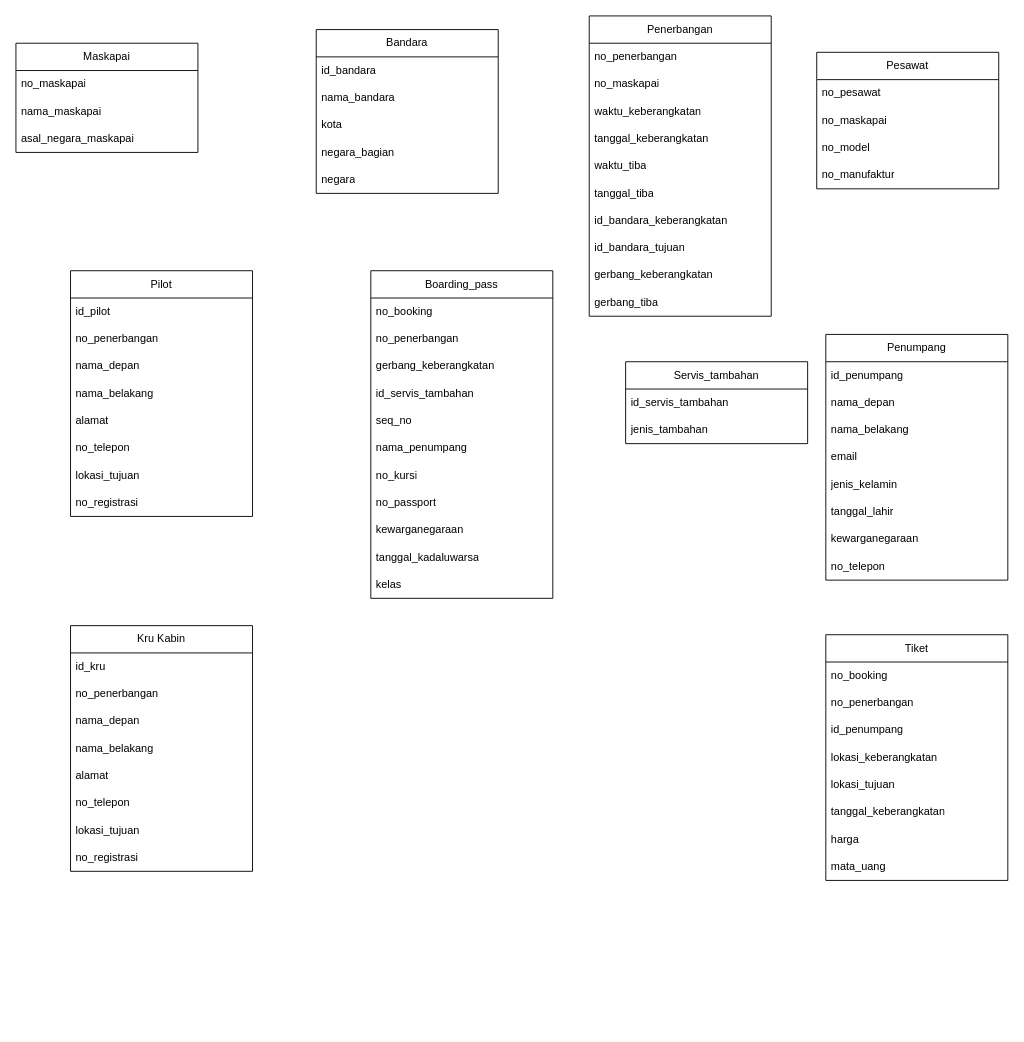
Earlier version of the draw.io diagram ER Diagram/ADD.drawio (Edwin-Jaya/Data-Design-Analytics-Project). Source tidied: cells renumbered, new cells numbered last; positions are measured from the earlier drawing's top-left corner, leaving out a move shared by most shapes. Both pictures are drawn from the tidied source at 91%, with x=0, y=0 at pixel (15, 15).
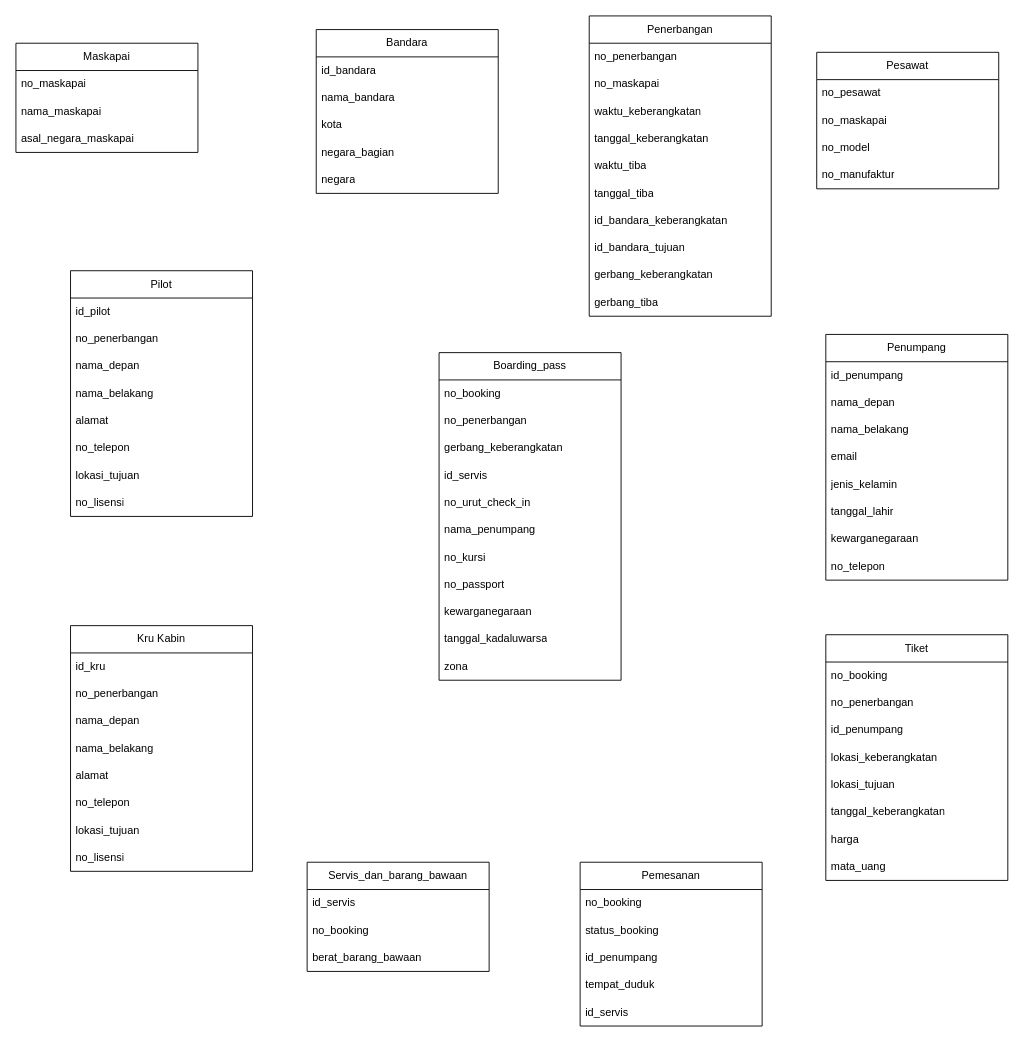
The same diagram, later.

Unchanged cells that the change refers to:
```xml
<mxCell id="47" value="Pilot" style="swimlane;fontStyle=0;horizontal=1;startSize=30;whiteSpace=wrap;html=1;" parent="1" vertex="1">
  <mxGeometry x="60" y="280" width="200" height="270" as="geometry" />
</mxCell>
<mxCell id="61" value="Kru Kabin" style="swimlane;fontStyle=0;horizontal=1;startSize=30;whiteSpace=wrap;html=1;" parent="1" vertex="1">
  <mxGeometry x="60" y="670" width="200" height="270" as="geometry" />
</mxCell>
```

Diff of the diagram source:
```diff
@@
     <mxCell id="35" value="Boarding_pass" style="swimlane;fontStyle=0;horizontal=1;startSize=30;whiteSpace=wrap;html=1;" parent="1" vertex="1">
-      <mxGeometry x="390" y="280" width="200" height="360" as="geometry" />
+      <mxGeometry x="465" y="370" width="200" height="360" as="geometry" />
     </mxCell>
@@
-    <mxCell id="39" value="id_servis_tambahan" style="text;strokeColor=none;fillColor=none;align=left;verticalAlign=middle;spacingLeft=4;spacingRight=4;overflow=hidden;whiteSpace=wrap;html=1;" parent="35" vertex="1">
+    <mxCell id="39" value="id_servis" style="text;strokeColor=none;fillColor=none;align=left;verticalAlign=middle;spacingLeft=4;spacingRight=4;overflow=hidden;whiteSpace=wrap;html=1;" parent="35" vertex="1">
       <mxGeometry y="120" width="200" height="30" as="geometry" />
     </mxCell>
-    <mxCell id="40" value="seq_no" style="text;strokeColor=none;fillColor=none;align=left;verticalAlign=middle;spacingLeft=4;spacingRight=4;overflow=hidden;whiteSpace=wrap;html=1;" parent="35" vertex="1">
+    <mxCell id="40" value="no_urut_check_in" style="text;strokeColor=none;fillColor=none;align=left;verticalAlign=middle;spacingLeft=4;spacingRight=4;overflow=hidden;whiteSpace=wrap;html=1;" parent="35" vertex="1">
       <mxGeometry y="150" width="200" height="30" as="geometry" />
     </mxCell>
@@
-    <mxCell id="46" value="kelas" style="text;strokeColor=none;fillColor=none;align=left;verticalAlign=middle;spacingLeft=4;spacingRight=4;overflow=hidden;whiteSpace=wrap;html=1;" parent="35" vertex="1">
+    <mxCell id="46" value="zona" style="text;strokeColor=none;fillColor=none;align=left;verticalAlign=middle;spacingLeft=4;spacingRight=4;overflow=hidden;whiteSpace=wrap;html=1;" parent="35" vertex="1">
       <mxGeometry y="330" width="200" height="30" as="geometry" />
     </mxCell>
@@
-    <mxCell id="55" value="no_registrasi" style="text;strokeColor=none;fillColor=none;align=left;verticalAlign=middle;spacingLeft=4;spacingRight=4;overflow=hidden;whiteSpace=wrap;html=1;" parent="47" vertex="1">
+    <mxCell id="55" value="no_lisensi" style="text;strokeColor=none;fillColor=none;align=left;verticalAlign=middle;spacingLeft=4;spacingRight=4;overflow=hidden;whiteSpace=wrap;html=1;" parent="47" vertex="1">
       <mxGeometry y="240" width="200" height="30" as="geometry" />
     </mxCell>
@@
-    <mxCell id="69" value="no_registrasi" style="text;strokeColor=none;fillColor=none;align=left;verticalAlign=middle;spacingLeft=4;spacingRight=4;overflow=hidden;whiteSpace=wrap;html=1;" parent="61" vertex="1">
+    <mxCell id="69" value="no_lisensi" style="text;strokeColor=none;fillColor=none;align=left;verticalAlign=middle;spacingLeft=4;spacingRight=4;overflow=hidden;whiteSpace=wrap;html=1;" parent="61" vertex="1">
       <mxGeometry y="240" width="200" height="30" as="geometry" />
     </mxCell>
@@
-    <mxCell id="76" value="Servis_tambahan" style="swimlane;fontStyle=0;horizontal=1;startSize=30;whiteSpace=wrap;html=1;" parent="1" vertex="1">
-      <mxGeometry x="670" y="380" width="200" height="90" as="geometry" />
+    <mxCell id="76" value="Servis_dan_barang_bawaan" style="swimlane;fontStyle=0;horizontal=1;startSize=30;whiteSpace=wrap;html=1;" parent="1" vertex="1">
+      <mxGeometry x="320" y="930" width="200" height="120" as="geometry" />
     </mxCell>
-    <mxCell id="77" value="id_servis_tambahan" style="text;strokeColor=none;fillColor=none;align=left;verticalAlign=middle;spacingLeft=4;spacingRight=4;overflow=hidden;whiteSpace=wrap;html=1;" parent="76" vertex="1">
+    <mxCell id="77" value="id_servis" style="text;strokeColor=none;fillColor=none;align=left;verticalAlign=middle;spacingLeft=4;spacingRight=4;overflow=hidden;whiteSpace=wrap;html=1;" parent="76" vertex="1">
       <mxGeometry y="30" width="200" height="30" as="geometry" />
     </mxCell>
+    <mxCell id="79" value="no_booking" style="text;strokeColor=none;fillColor=none;align=left;verticalAlign=middle;spacingLeft=4;spacingRight=4;overflow=hidden;whiteSpace=wrap;html=1;" parent="76" vertex="1">
+      <mxGeometry y="60" width="200" height="30" as="geometry" />
+    </mxCell>
-    <mxCell id="78" value="jenis_tambahan" style="text;strokeColor=none;fillColor=none;align=left;verticalAlign=middle;spacingLeft=4;spacingRight=4;overflow=hidden;whiteSpace=wrap;html=1;" parent="76" vertex="1">
-      <mxGeometry y="60" width="200" height="30" as="geometry" />
+    <mxCell id="78" value="berat_barang_bawaan" style="text;strokeColor=none;fillColor=none;align=left;verticalAlign=middle;spacingLeft=4;spacingRight=4;overflow=hidden;whiteSpace=wrap;html=1;" parent="76" vertex="1">
+      <mxGeometry y="90" width="200" height="30" as="geometry" />
     </mxCell>
+    <mxCell id="80" value="Pemesanan" style="swimlane;fontStyle=0;horizontal=1;startSize=30;whiteSpace=wrap;html=1;" parent="1" vertex="1">
+      <mxGeometry x="620" y="930" width="200" height="180" as="geometry" />
+    </mxCell>
+    <mxCell id="81" value="no_booking" style="text;strokeColor=none;fillColor=none;align=left;verticalAlign=middle;spacingLeft=4;spacingRight=4;overflow=hidden;whiteSpace=wrap;html=1;" parent="80" vertex="1">
+      <mxGeometry y="30" width="200" height="30" as="geometry" />
+    </mxCell>
+    <mxCell id="82" value="status_booking" style="text;strokeColor=none;fillColor=none;align=left;verticalAlign=middle;spacingLeft=4;spacingRight=4;overflow=hidden;whiteSpace=wrap;html=1;" parent="80" vertex="1">
+      <mxGeometry y="60" width="200" height="30" as="geometry" />
+    </mxCell>
+    <mxCell id="83" value="id_penumpang" style="text;strokeColor=none;fillColor=none;align=left;verticalAlign=middle;spacingLeft=4;spacingRight=4;overflow=hidden;whiteSpace=wrap;html=1;" parent="80" vertex="1">
+      <mxGeometry y="90" width="200" height="30" as="geometry" />
+    </mxCell>
+    <mxCell id="84" value="tempat_duduk" style="text;strokeColor=none;fillColor=none;align=left;verticalAlign=middle;spacingLeft=4;spacingRight=4;overflow=hidden;whiteSpace=wrap;html=1;" parent="80" vertex="1">
+      <mxGeometry y="120" width="200" height="30" as="geometry" />
+    </mxCell>
+    <mxCell id="85" value="id_servis" style="text;strokeColor=none;fillColor=none;align=left;verticalAlign=middle;spacingLeft=4;spacingRight=4;overflow=hidden;whiteSpace=wrap;html=1;" parent="80" vertex="1">
+      <mxGeometry y="150" width="200" height="30" as="geometry" />
+    </mxCell>
```
